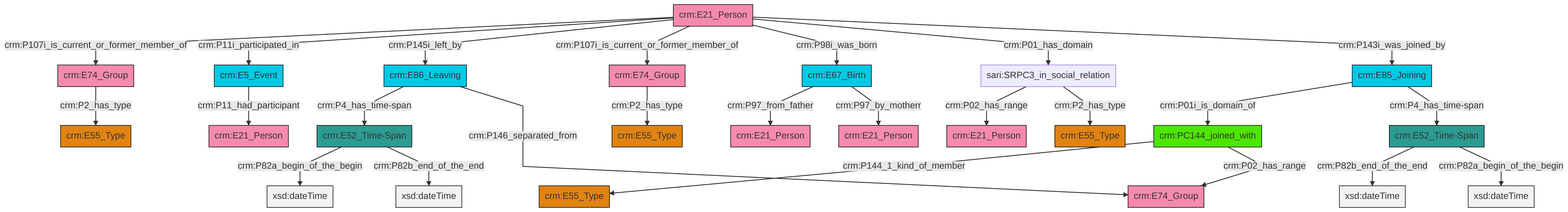
This is et/personCSV/ttl/mmd/png/Person_Actor_Relations.png from swiss-art-research-net/docs.swissartresearch, a Mermaid export, as it was before one commit. Its source is kept beside it as et/personCSV/ttl/mmd/Person_Actor_Relations.ttl.mmd.
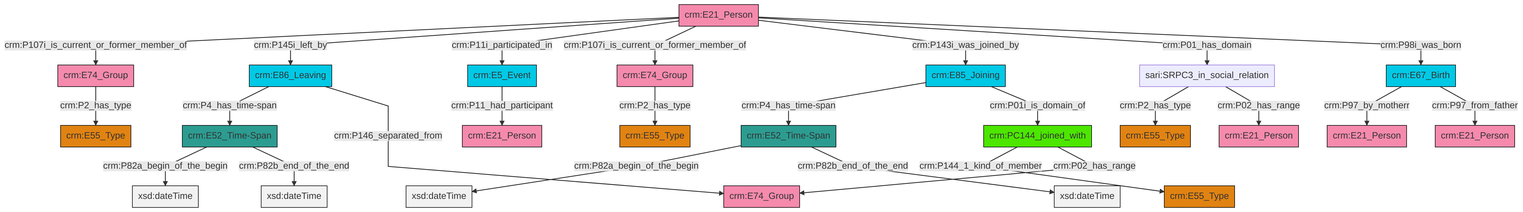
After the commit.

What changed in the source:
```diff
@@ -13,27 +13,27 @@
 classDef PC_Classes fill:#4ce600, stroke:#000000;
 classDef Multi fill:#cccccc,stroke:#000000;
 
-2["crm:E21_Person"]:::Actor -->|crm:P107i_is_current_or_former_member_of| 3["crm:E74_Group"]:::Actor
-3["crm:E74_Group"]:::Actor -->|crm:P2_has_type| 0["crm:E55_Type"]:::Type
-2["crm:E21_Person"]:::Actor -->|crm:P11i_participated_in| 8["crm:E5_Event"]:::Temporal_Entity
-6["crm:E52_Time-Span"]:::Time-Span -->|crm:P82a_begin_of_the_begin| 9[xsd:dateTime]:::Literal
-8["crm:E5_Event"]:::Temporal_Entity -->|crm:P11_had_participant| 12["crm:E21_Person"]:::Actor
-13["crm:E52_Time-Span"]:::Time-Span -->|crm:P82b_end_of_the_end| 14[xsd:dateTime]:::Literal
-15["crm:E67_Birth"]:::Temporal_Entity -->|crm:P97_from_father| 16["crm:E21_Person"]:::Actor
-13["crm:E52_Time-Span"]:::Time-Span -->|crm:P82a_begin_of_the_begin| 21[xsd:dateTime]:::Literal
-10["crm:PC144_joined_with"]:::PC_Classes -->|crm:P144_1_kind_of_member| 4["crm:E55_Type"]:::Type
-25["crm:E86_Leaving"]:::Temporal_Entity -->|crm:P4_has_time-span| 6["crm:E52_Time-Span"]:::Time-Span
-2["crm:E21_Person"]:::Actor -->|crm:P145i_left_by| 25["crm:E86_Leaving"]:::Temporal_Entity
-17["sari:SRPC3_in_social_relation"]:::Default -->|crm:P02_has_range| 19["crm:E21_Person"]:::Actor
-17["sari:SRPC3_in_social_relation"]:::Default -->|crm:P2_has_type| 27["crm:E55_Type"]:::Type
-2["crm:E21_Person"]:::Actor -->|crm:P107i_is_current_or_former_member_of| 28["crm:E74_Group"]:::Actor
-28["crm:E74_Group"]:::Actor -->|crm:P2_has_type| 23["crm:E55_Type"]:::Type
-10["crm:PC144_joined_with"]:::PC_Classes -->|crm:P02_has_range| 33["crm:E74_Group"]:::Actor
-2["crm:E21_Person"]:::Actor -->|crm:P98i_was_born| 15["crm:E67_Birth"]:::Temporal_Entity
-30["crm:E85_Joining"]:::Temporal_Entity -->|crm:P01i_is_domain_of| 10["crm:PC144_joined_with"]:::PC_Classes
-6["crm:E52_Time-Span"]:::Time-Span -->|crm:P82b_end_of_the_end| 36[xsd:dateTime]:::Literal
-15["crm:E67_Birth"]:::Temporal_Entity -->|crm:P97_by_motherr| 37["crm:E21_Person"]:::Actor
-2["crm:E21_Person"]:::Actor -->|crm:P01_has_domain| 17["sari:SRPC3_in_social_relation"]:::Default
-25["crm:E86_Leaving"]:::Temporal_Entity -->|crm:P146_separated_from| 33["crm:E74_Group"]:::Actor
-30["crm:E85_Joining"]:::Temporal_Entity -->|crm:P4_has_time-span| 13["crm:E52_Time-Span"]:::Time-Span
-2["crm:E21_Person"]:::Actor -->|crm:P143i_was_joined_by| 30["crm:E85_Joining"]:::Temporal_Entity
+2["crm:E86_Leaving"]:::Temporal_Entity -->|crm:P4_has_time-span| 3["crm:E52_Time-Span"]:::Time-Span
+6["crm:E21_Person"]:::Actor -->|crm:P107i_is_current_or_former_member_of| 7["crm:E74_Group"]:::Actor
+8["crm:E52_Time-Span"]:::Time-Span -->|crm:P82a_begin_of_the_begin| 9[xsd:dateTime]:::Literal
+6["crm:E21_Person"]:::Actor -->|crm:P145i_left_by| 2["crm:E86_Leaving"]:::Temporal_Entity
+3["crm:E52_Time-Span"]:::Time-Span -->|crm:P82a_begin_of_the_begin| 11[xsd:dateTime]:::Literal
+6["crm:E21_Person"]:::Actor -->|crm:P11i_participated_in| 12["crm:E5_Event"]:::Temporal_Entity
+2["crm:E86_Leaving"]:::Temporal_Entity -->|crm:P146_separated_from| 18["crm:E74_Group"]:::Actor
+6["crm:E21_Person"]:::Actor -->|crm:P107i_is_current_or_former_member_of| 13["crm:E74_Group"]:::Actor
+6["crm:E21_Person"]:::Actor -->|crm:P143i_was_joined_by| 16["crm:E85_Joining"]:::Temporal_Entity
+13["crm:E74_Group"]:::Actor -->|crm:P2_has_type| 22["crm:E55_Type"]:::Type
+27["crm:E67_Birth"]:::Temporal_Entity -->|crm:P97_by_motherr| 24["crm:E21_Person"]:::Actor
+29["crm:PC144_joined_with"]:::PC_Classes -->|crm:P144_1_kind_of_member| 31["crm:E55_Type"]:::Type
+12["crm:E5_Event"]:::Temporal_Entity -->|crm:P11_had_participant| 20["crm:E21_Person"]:::Actor
+6["crm:E21_Person"]:::Actor -->|crm:P01_has_domain| 0["sari:SRPC3_in_social_relation"]:::Default
+8["crm:E52_Time-Span"]:::Time-Span -->|crm:P82b_end_of_the_end| 32[xsd:dateTime]:::Literal
+27["crm:E67_Birth"]:::Temporal_Entity -->|crm:P97_from_father| 33["crm:E21_Person"]:::Actor
+16["crm:E85_Joining"]:::Temporal_Entity -->|crm:P4_has_time-span| 8["crm:E52_Time-Span"]:::Time-Span
+7["crm:E74_Group"]:::Actor -->|crm:P2_has_type| 4["crm:E55_Type"]:::Type
+29["crm:PC144_joined_with"]:::PC_Classes -->|crm:P02_has_range| 18["crm:E74_Group"]:::Actor
+0["sari:SRPC3_in_social_relation"]:::Default -->|crm:P2_has_type| 37["crm:E55_Type"]:::Type
+0["sari:SRPC3_in_social_relation"]:::Default -->|crm:P02_has_range| 42["crm:E21_Person"]:::Actor
+16["crm:E85_Joining"]:::Temporal_Entity -->|crm:P01i_is_domain_of| 29["crm:PC144_joined_with"]:::PC_Classes
+3["crm:E52_Time-Span"]:::Time-Span -->|crm:P82b_end_of_the_end| 45[xsd:dateTime]:::Literal
+6["crm:E21_Person"]:::Actor -->|crm:P98i_was_born| 27["crm:E67_Birth"]:::Temporal_Entity
```
